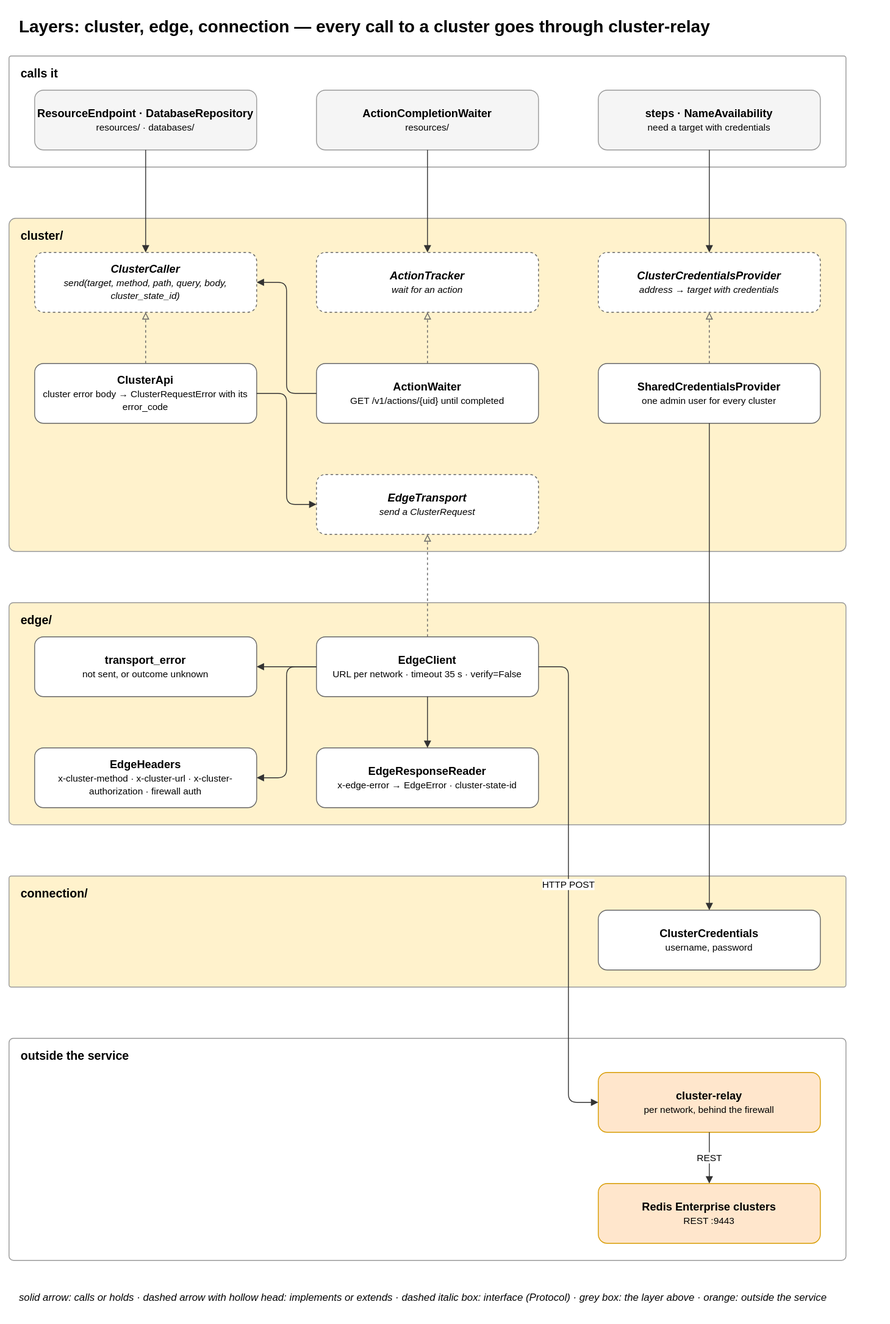
Above: docs/diagrams/08-layer-transport.drawio.svg in EliShteinman/redis-enterprise-services (draw.io), before the change. Source tidied: cells renumbered, new cells last; positions are measured from the earlier drawing's top-left corner, leaving out a move shared by most shapes.
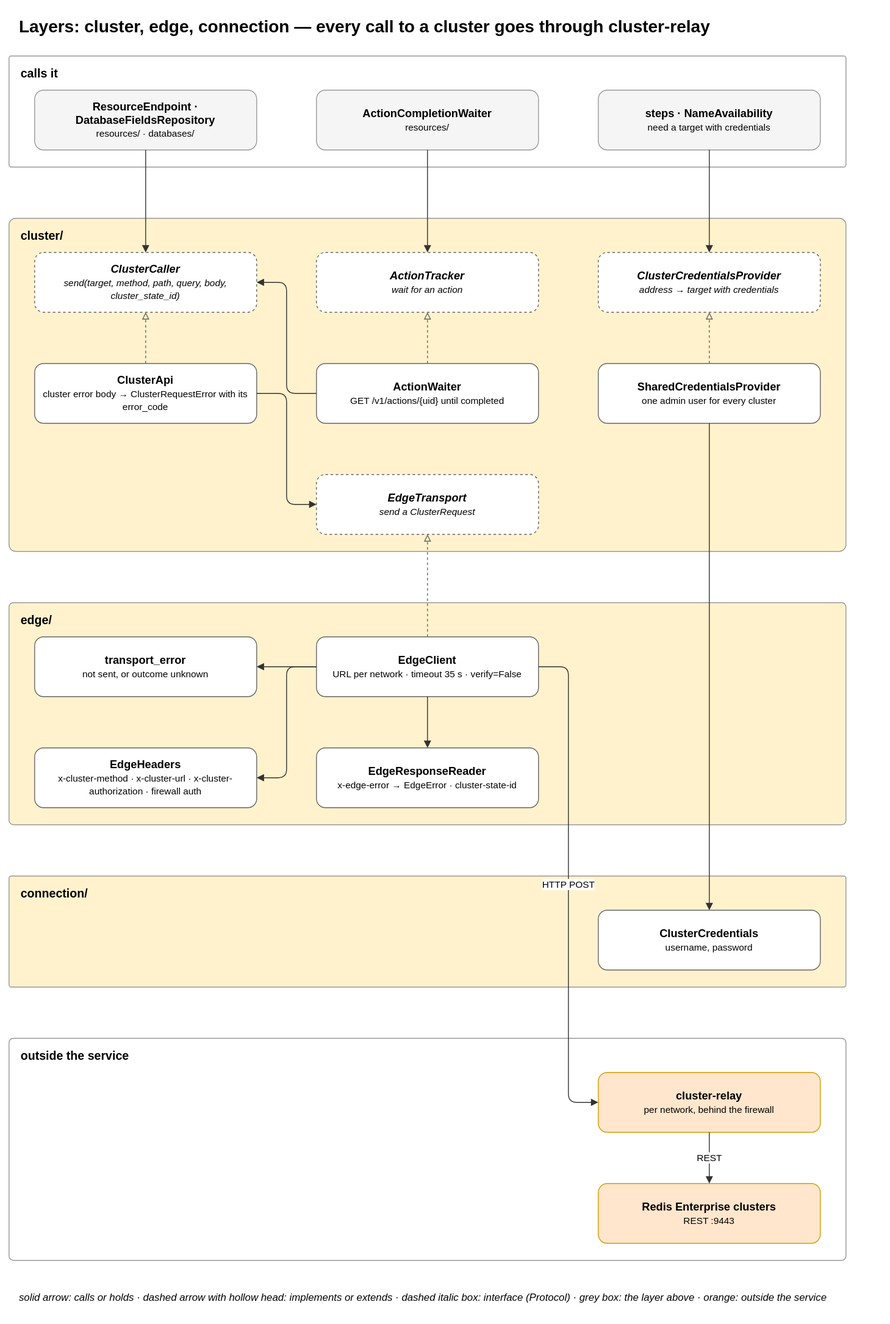
After the change.

Commit message:
docs(diagrams): the database repository names follow the rename

Diff of the diagram source:
```diff
@@ -8,7 +8,7 @@
     <mxCell id="3" value="&lt;b&gt;calls it&lt;/b&gt;" style="rounded=1;arcSize=2;fillColor=#ffffff;strokeColor=#999999;verticalAlign=top;align=left;spacingLeft=12;spacingTop=6;html=1;fontSize=14;" parent="1" vertex="1">
       <mxGeometry y="55" width="980" height="130" as="geometry" />
     </mxCell>
-    <mxCell id="4" value="&lt;b&gt;ResourceEndpoint · DatabaseRepository&lt;/b&gt;&lt;br&gt;&lt;font style='font-size:11px'&gt;resources/ · databases/&lt;/font&gt;" style="rounded=1;whiteSpace=wrap;html=1;fillColor=#f5f5f5;strokeColor=#999999;fontSize=13;" parent="1" vertex="1">
+    <mxCell id="4" value="&lt;b&gt;ResourceEndpoint · DatabaseFieldsRepository&lt;/b&gt;&lt;br&gt;&lt;font style='font-size:11px'&gt;resources/ · databases/&lt;/font&gt;" style="rounded=1;whiteSpace=wrap;html=1;fillColor=#f5f5f5;strokeColor=#999999;fontSize=13;" parent="1" vertex="1">
       <mxGeometry x="30" y="95" width="260" height="70" as="geometry" />
     </mxCell>
     <mxCell id="5" value="&lt;b&gt;ActionCompletionWaiter&lt;/b&gt;&lt;br&gt;&lt;font style='font-size:11px'&gt;resources/&lt;/font&gt;" style="rounded=1;whiteSpace=wrap;html=1;fillColor=#f5f5f5;strokeColor=#999999;fontSize=13;" parent="1" vertex="1">
```
